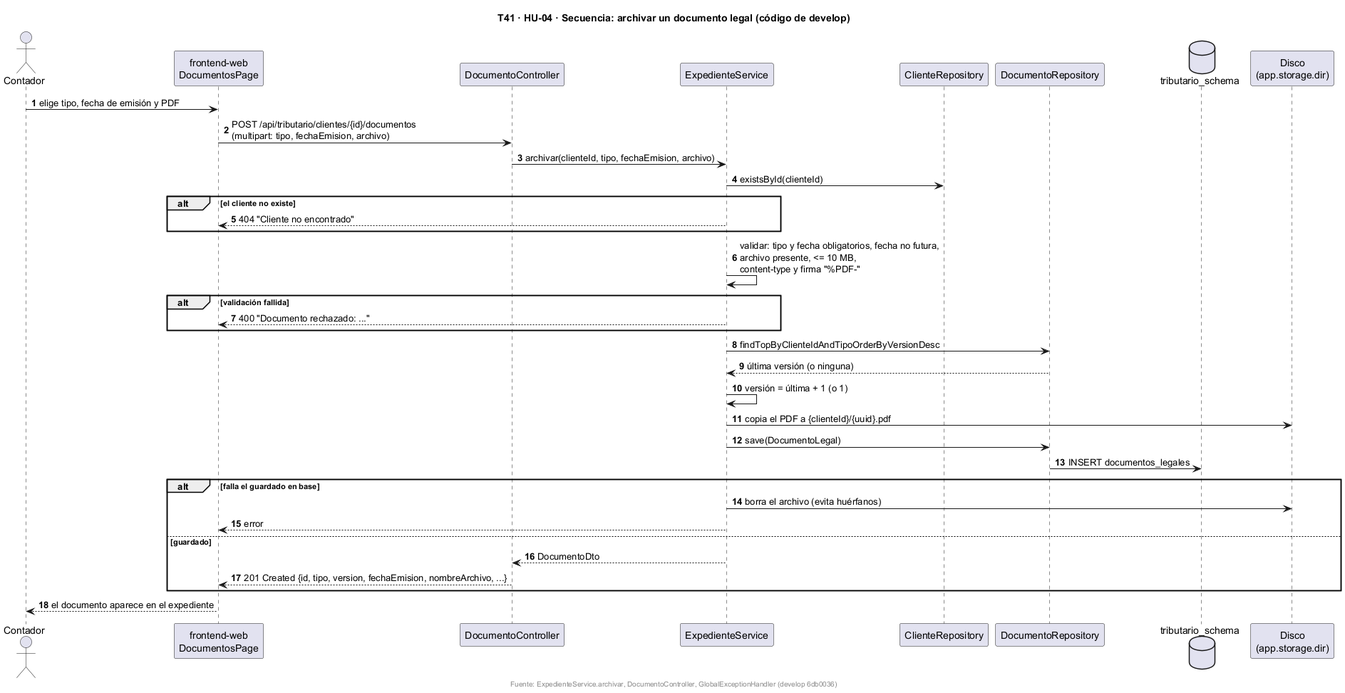
fabianrodriguez33/plus-contable keeps this PlantUML diagram as docs/uml/img/T41-HU04-secuencia.png. Above is the earlier version.
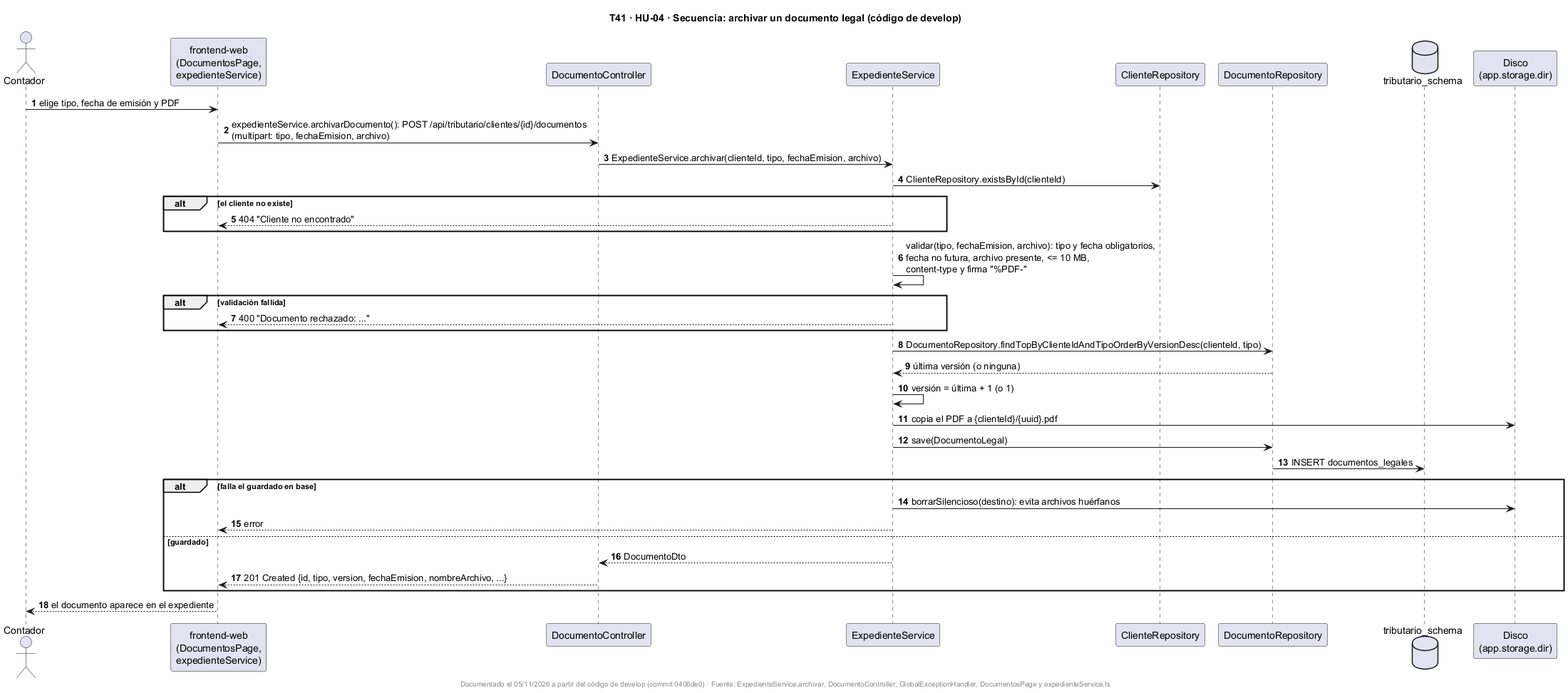
Later version of the same file.

Commit message:
UML: HU-04 y HU-05 igualadas al estandar (clases, secuencia y ER)

Change to the diagram source:
```diff
@@ -4,7 +4,7 @@
 autonumber
 
 actor "Contador" as U
-participant "frontend-web\nDocumentosPage" as FE
+participant "frontend-web\n(DocumentosPage,\nexpedienteService)" as FE
 participant "DocumentoController" as DC
 participant "ExpedienteService" as ES
 participant "ClienteRepository" as CR
@@ -13,24 +13,24 @@
 participant "Disco\n(app.storage.dir)" as FS
 
 U -> FE : elige tipo, fecha de emisión y PDF
-FE -> DC : POST /api/tributario/clientes/{id}/documentos\n(multipart: tipo, fechaEmision, archivo)
-DC -> ES : archivar(clienteId, tipo, fechaEmision, archivo)
-ES -> CR : existsById(clienteId)
+FE -> DC : expedienteService.archivarDocumento(): POST /api/tributario/clientes/{id}/documentos\n(multipart: tipo, fechaEmision, archivo)
+DC -> ES : ExpedienteService.archivar(clienteId, tipo, fechaEmision, archivo)
+ES -> CR : ClienteRepository.existsById(clienteId)
 alt el cliente no existe
   ES --> FE : 404 "Cliente no encontrado"
 end
-ES -> ES : validar: tipo y fecha obligatorios, fecha no futura,\narchivo presente, <= 10 MB,\ncontent-type y firma "%PDF-"
+ES -> ES : validar(tipo, fechaEmision, archivo): tipo y fecha obligatorios,\nfecha no futura, archivo presente, <= 10 MB,\ncontent-type y firma "%PDF-"
 alt validación fallida
   ES --> FE : 400 "Documento rechazado: ..."
 end
-ES -> DR : findTopByClienteIdAndTipoOrderByVersionDesc
+ES -> DR : DocumentoRepository.findTopByClienteIdAndTipoOrderByVersionDesc(clienteId, tipo)
 DR --> ES : última versión (o ninguna)
 ES -> ES : versión = última + 1 (o 1)
 ES -> FS : copia el PDF a {clienteId}/{uuid}.pdf
 ES -> DR : save(DocumentoLegal)
 DR -> DB : INSERT documentos_legales
 alt falla el guardado en base
-  ES -> FS : borra el archivo (evita huérfanos)
+  ES -> FS : borrarSilencioso(destino): evita archivos huérfanos
   ES --> FE : error
 else guardado
   ES --> DC : DocumentoDto
@@ -38,5 +38,5 @@
 end
 FE --> U : el documento aparece en el expediente
 
-footer Fuente: ExpedienteService.archivar, DocumentoController, GlobalExceptionHandler (develop 6db0036)
+footer Documentado el 05/11/2026 a partir del código de develop (commit 0406de0) · Fuente: ExpedienteService.archivar, DocumentoController, GlobalExceptionHandler, DocumentosPage y expedienteService.ts
 @enduml
```
